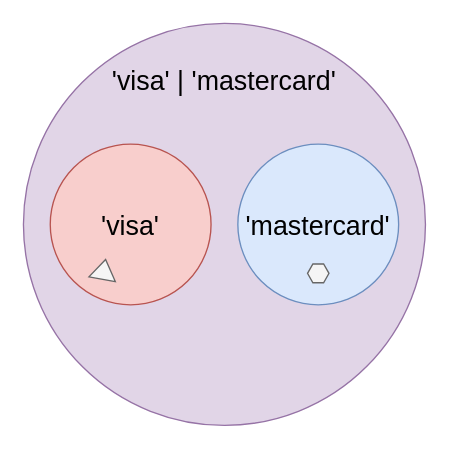
jiayihu/talks keeps this draw.io diagram as page "literals" (4 of 6) of type-safer-react-redux/assets/Type-safer.drawio. Above is the earlier version. Source tidied: cells renumbered, new cells numbered last; positions are measured from the earlier drawing's top-left corner, leaving out a move shared by most shapes. Both pictures are drawn from the tidied source at 134%, with x=0, y=0 at pixel (23, 23).
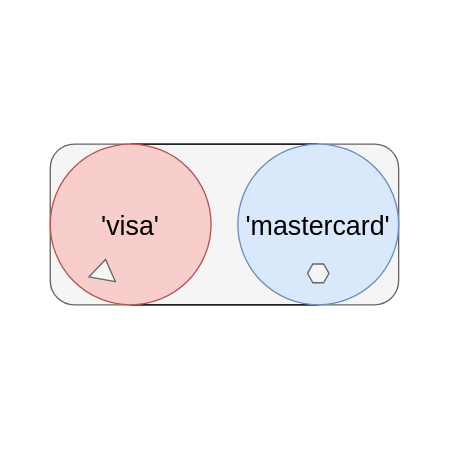
The same diagram, later.

The edit, as a diff of the source:
```diff
@@
 <mxGraphModel background="#ffffff">
   <root>
     <mxCell id="0" />
     <mxCell id="1" parent="0" />
-    <mxCell id="2" value="&lt;div style=&quot;text-align: center ; font-size: 20px&quot;&gt;'visa' | 'mastercard'&lt;/div&gt;" style="ellipse;whiteSpace=wrap;html=1;rounded=1;shadow=0;glass=0;labelBackgroundColor=none;strokeColor=#9673a6;strokeWidth=1;fillColor=#e1d5e7;fontFamily=Helvetica;fontSize=20;align=center;verticalAlign=top;spacingBottom=0;spacing=15;spacingTop=11;" parent="1" vertex="1">
-      <mxGeometry width="300" height="300" as="geometry" />
-    </mxCell>
+    <mxCell id="7" style="rounded=1;whiteSpace=wrap;html=1;fillColor=#f5f5f5;strokeColor=#666666;fontColor=#333333;" parent="1" vertex="1">
+      <mxGeometry x="20" y="90" width="260" height="120" as="geometry" />
+    </mxCell>
+    <mxCell id="8" style="rounded=0;jettySize=auto;html=1;exitX=0.5;exitY=0;exitDx=0;exitDy=0;entryX=0.5;entryY=0;entryDx=0;entryDy=0;endArrow=none;endFill=0;edgeStyle=entityRelationEdgeStyle;" parent="1" edge="1" source="3" target="4">
+      <mxGeometry relative="1" as="geometry" />
+    </mxCell>
+    <mxCell id="9" style="edgeStyle=entityRelationEdgeStyle;rounded=0;jettySize=auto;html=1;exitX=0.5;exitY=1;exitDx=0;exitDy=0;entryX=0.5;entryY=1;entryDx=0;entryDy=0;endArrow=none;endFill=0;" parent="1" edge="1" source="3" target="4">
+      <mxGeometry relative="1" as="geometry" />
+    </mxCell>
     <mxCell id="3" value="&lt;div style=&quot;text-align: center ; font-size: 20px&quot;&gt;'visa'&lt;/div&gt;" style="ellipse;whiteSpace=wrap;html=1;rounded=1;shadow=0;glass=0;labelBackgroundColor=none;strokeColor=#b85450;strokeWidth=1;fillColor=#f8cecc;fontFamily=Helvetica;fontSize=20;align=center;verticalAlign=middle;spacingBottom=0;spacing=15;" parent="1" vertex="1">
       <mxGeometry x="20" y="90" width="120" height="120" as="geometry" />
     </mxCell>
-    <mxCell id="4" value="'mastercard'" style="ellipse;whiteSpace=wrap;html=1;rounded=1;shadow=0;glass=0;labelBackgroundColor=none;strokeColor=#6c8ebf;strokeWidth=1;fillColor=#dae8fc;fontFamily=Helvetica;fontSize=20;align=center;spacing=15;verticalAlign=middle;" parent="1" vertex="1">
+    <mxCell id="4" value="'mastercard'" style="ellipse;whiteSpace=wrap;html=1;rounded=1;shadow=0;glass=0;labelBackgroundColor=none;strokeWidth=1;fontFamily=Helvetica;fontSize=20;align=center;spacing=15;verticalAlign=middle;fillColor=#dae8fc;strokeColor=#6c8ebf;" parent="1" vertex="1">
       <mxGeometry x="160" y="90" width="120" height="120" as="geometry" />
     </mxCell>
     <mxCell id="5" style="triangle;whiteSpace=wrap;html=1;strokeColor=#666666;fontSize=20;align=center;fillColor=#f5f5f5;fontColor=#333333;rotation=-80;" parent="1" vertex="1">
       <mxGeometry x="52.5" y="173.5" width="15" height="20" as="geometry" />
     </mxCell>
     <mxCell id="6" style="shape=hexagon;perimeter=hexagonPerimeter2;whiteSpace=wrap;html=1;strokeColor=#666666;fontSize=20;align=center;fillColor=#f5f5f5;fontColor=#333333;" parent="1" vertex="1">
       <mxGeometry x="212" y="179.5" width="16" height="14" as="geometry" />
     </mxCell>
   </root>
 </mxGraphModel>
```
